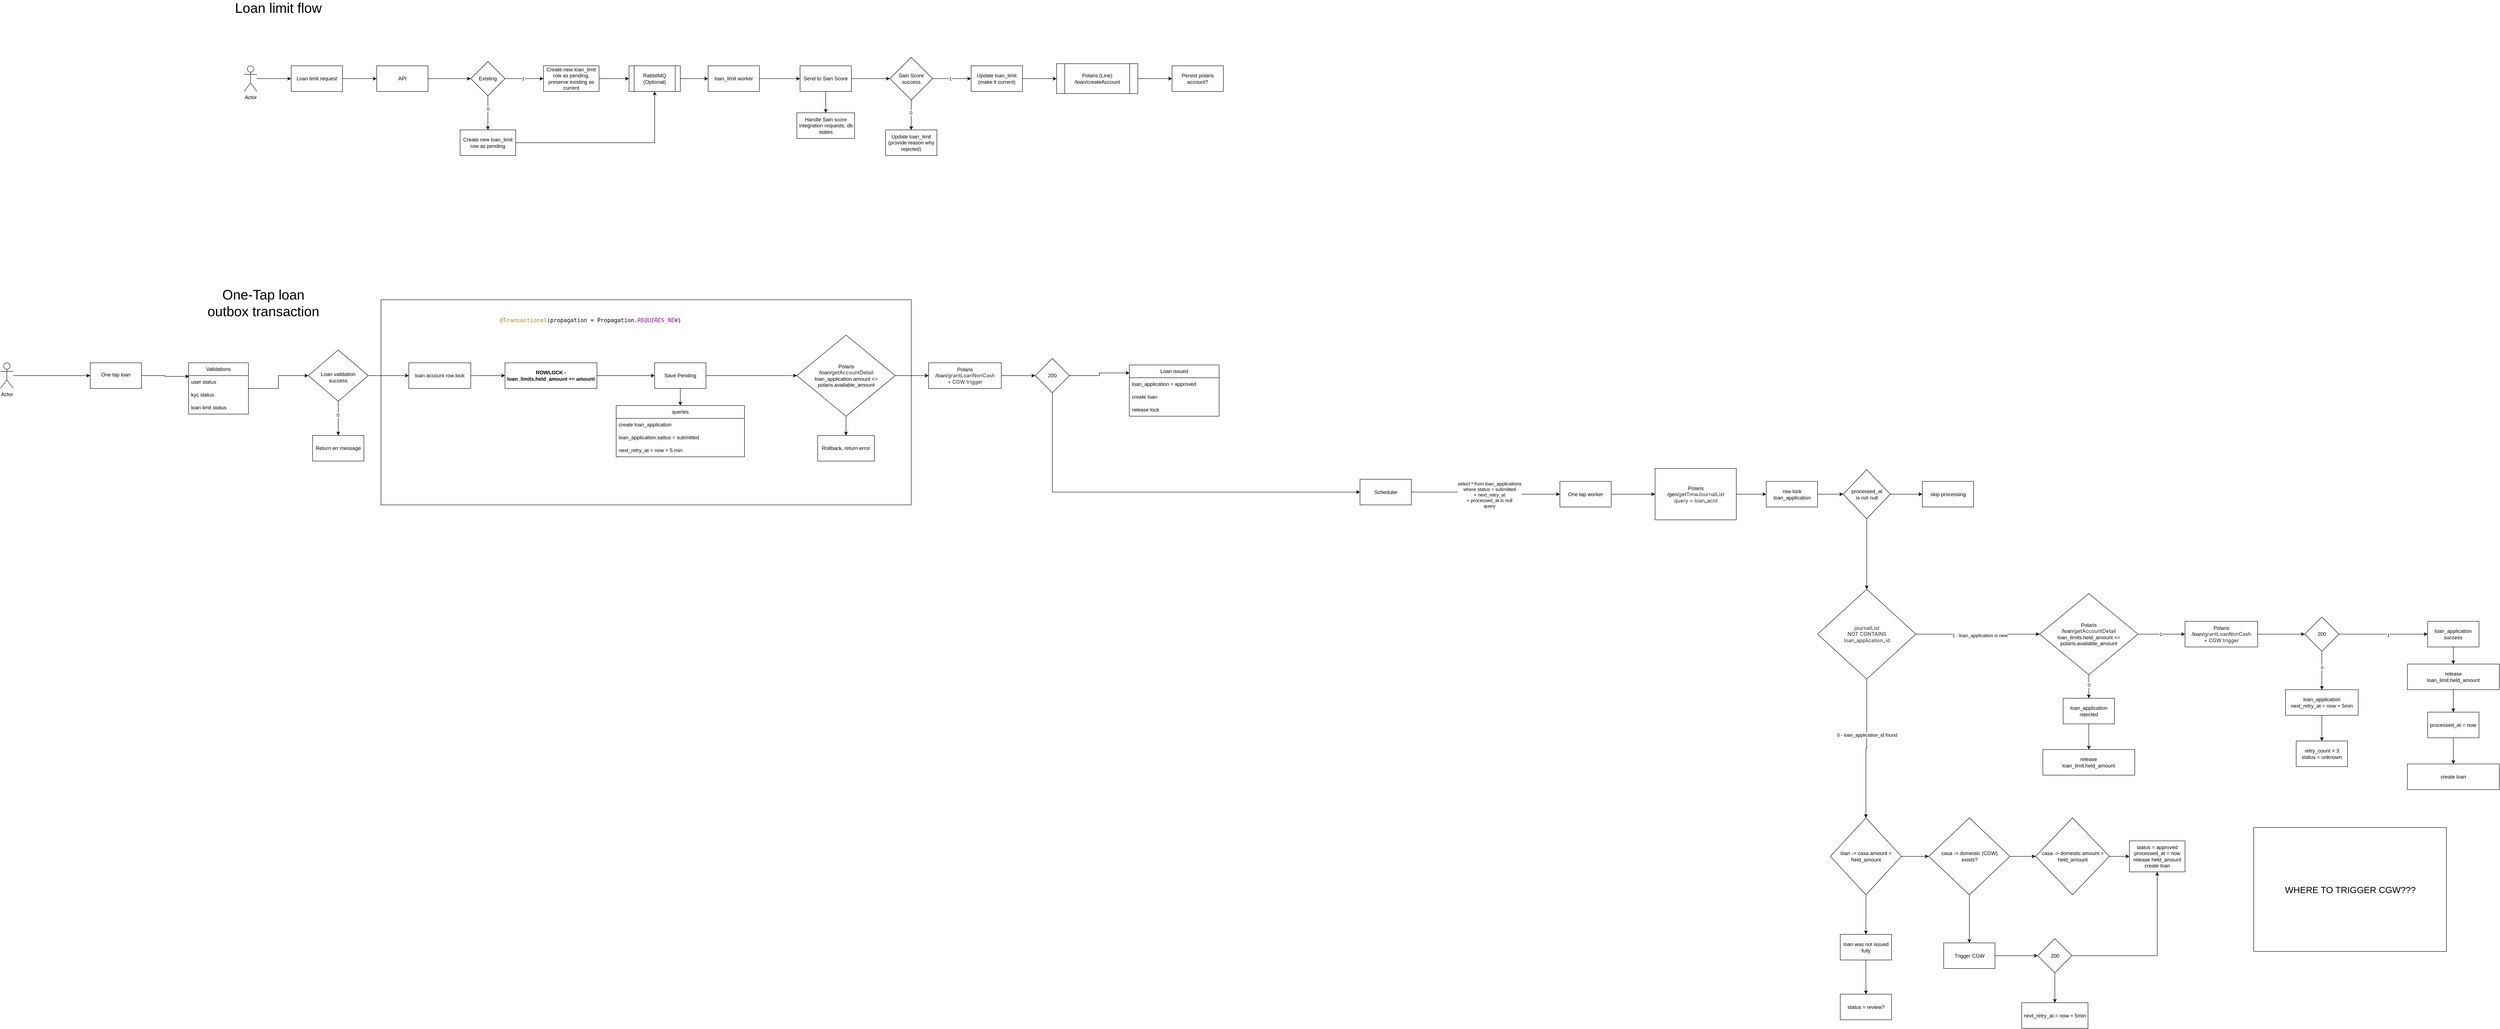
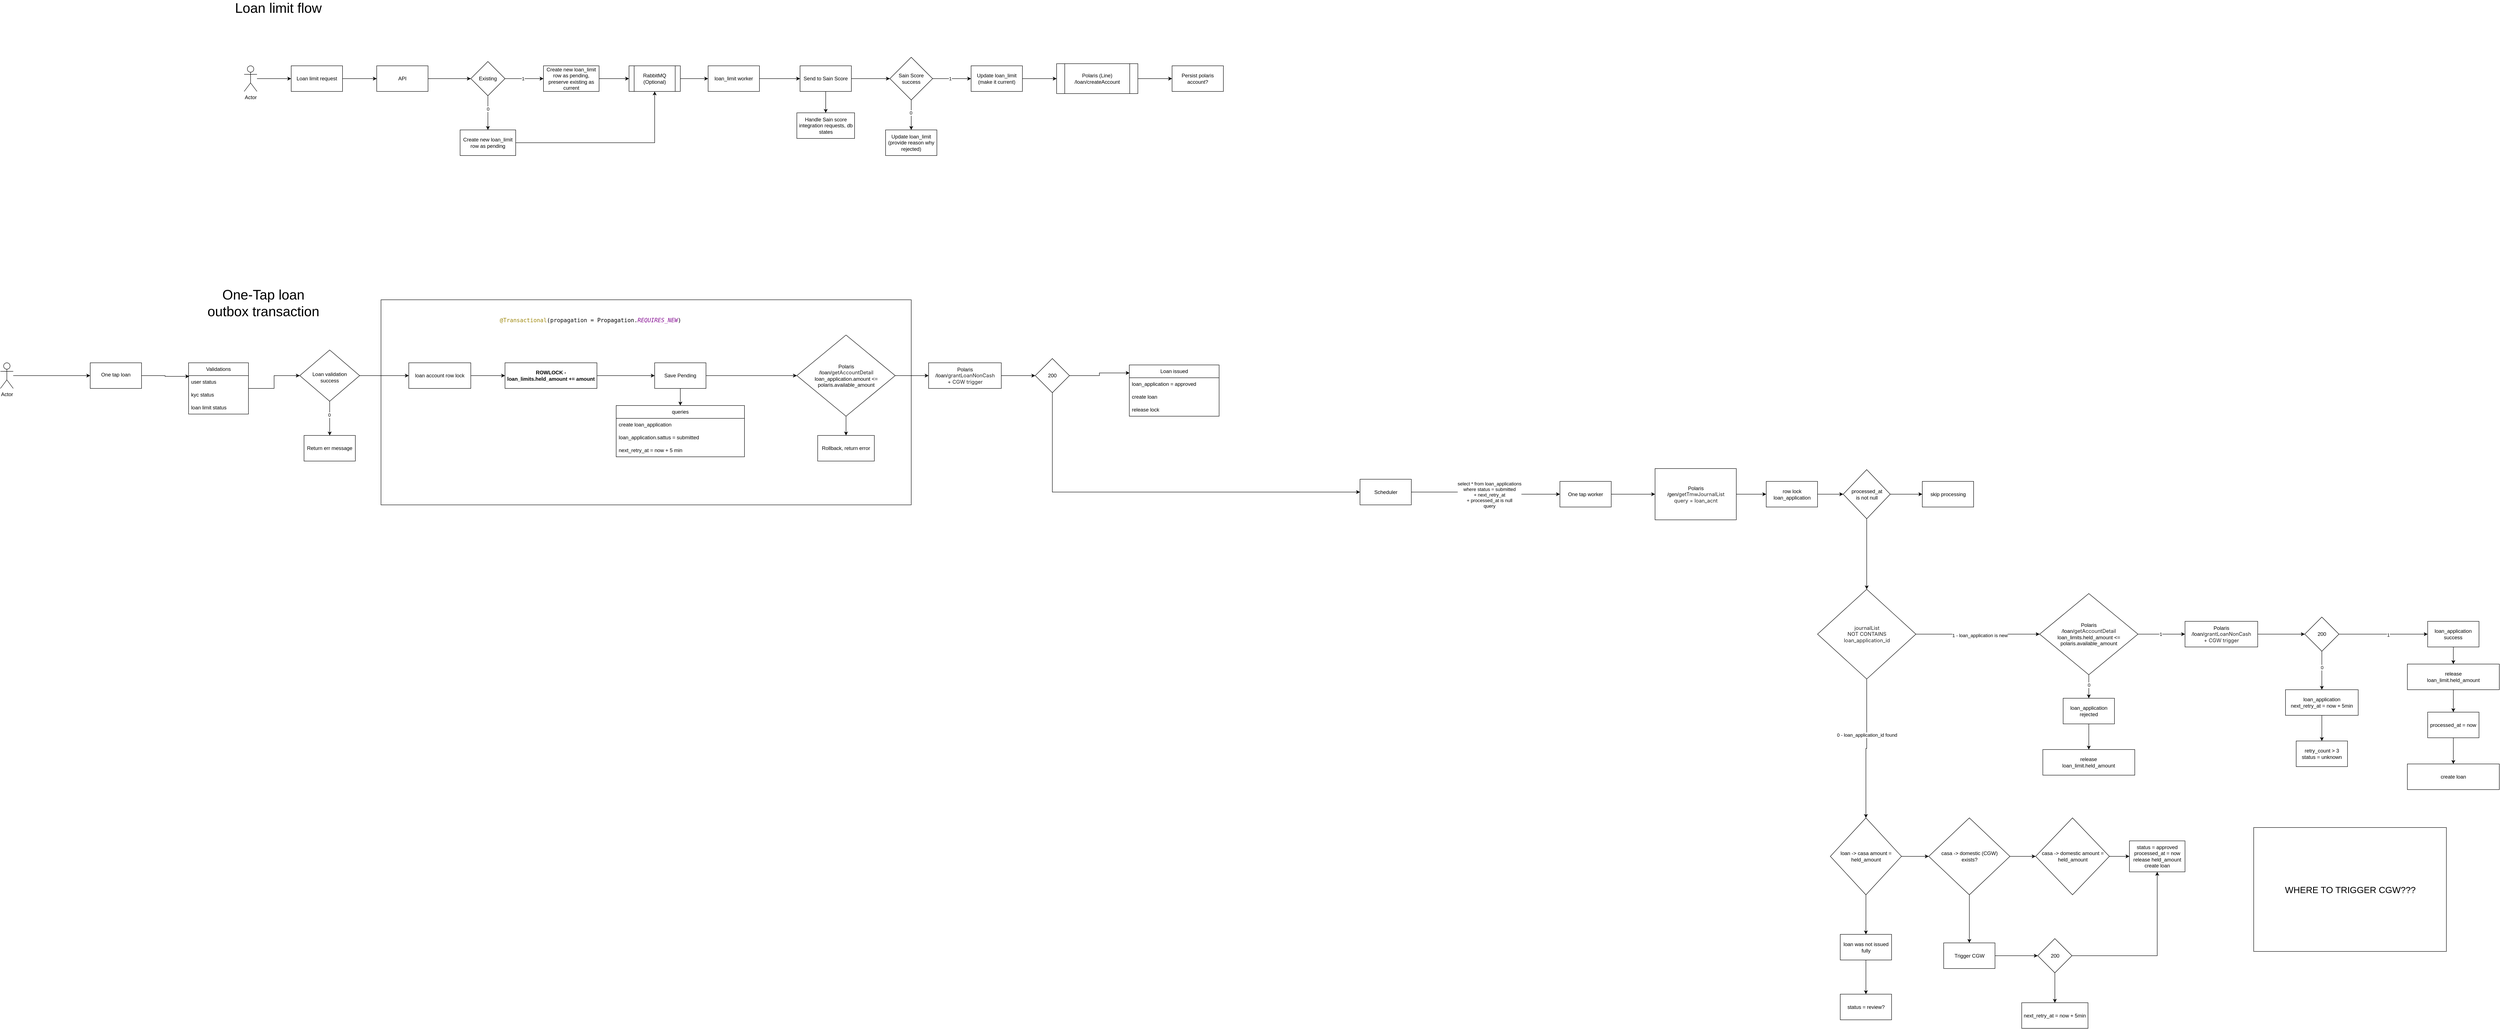
<mxfile host="app.diagrams.net">
  <diagram name="Page-1" id="VCBSuIh8bz7kurrQ0Zaz">
    <mxGraphModel dx="2259" dy="824" grid="1" gridSize="10" guides="1" tooltips="1" connect="1" arrows="1" fold="1" page="1" pageScale="1" pageWidth="850" pageHeight="1100" math="0" shadow="0">
      <root>
        <mxCell id="0" />
        <mxCell id="1" parent="0" />
        <mxCell id="In8fDh9ZLN2M87an2Miy-172" parent="1" style="rounded=0;whiteSpace=wrap;html=1;" value="" vertex="1">
          <mxGeometry height="480" width="1240" x="360" y="757.5" as="geometry" />
        </mxCell>
        <mxCell id="KqixbsF9o6dLofBvsG9t-5" edge="1" parent="1" source="KqixbsF9o6dLofBvsG9t-1" style="edgeStyle=orthogonalEdgeStyle;rounded=0;orthogonalLoop=1;jettySize=auto;html=1;" target="KqixbsF9o6dLofBvsG9t-4" value="">
          <mxGeometry relative="1" as="geometry" />
        </mxCell>
        <mxCell id="KqixbsF9o6dLofBvsG9t-1" parent="1" style="rounded=0;whiteSpace=wrap;html=1;" value="Loan limit request" vertex="1">
          <mxGeometry height="60" width="120" x="150" y="210" as="geometry" />
        </mxCell>
        <mxCell id="KqixbsF9o6dLofBvsG9t-3" edge="1" parent="1" source="KqixbsF9o6dLofBvsG9t-2" style="edgeStyle=orthogonalEdgeStyle;rounded=0;orthogonalLoop=1;jettySize=auto;html=1;" target="KqixbsF9o6dLofBvsG9t-1" value="">
          <mxGeometry relative="1" as="geometry" />
        </mxCell>
        <mxCell id="KqixbsF9o6dLofBvsG9t-2" parent="1" style="shape=umlActor;verticalLabelPosition=bottom;verticalAlign=top;html=1;outlineConnect=0;" value="Actor" vertex="1">
          <mxGeometry height="60" width="30" x="40" y="210" as="geometry" />
        </mxCell>
        <mxCell id="KqixbsF9o6dLofBvsG9t-9" edge="1" parent="1" source="KqixbsF9o6dLofBvsG9t-4" style="edgeStyle=orthogonalEdgeStyle;rounded=0;orthogonalLoop=1;jettySize=auto;html=1;" target="KqixbsF9o6dLofBvsG9t-8" value="">
          <mxGeometry relative="1" as="geometry" />
        </mxCell>
        <mxCell id="KqixbsF9o6dLofBvsG9t-4" parent="1" style="rounded=0;whiteSpace=wrap;html=1;" value="API" vertex="1">
          <mxGeometry height="60" width="120" x="350" y="210" as="geometry" />
        </mxCell>
        <mxCell id="KqixbsF9o6dLofBvsG9t-11" edge="1" parent="1" source="KqixbsF9o6dLofBvsG9t-8" style="edgeStyle=orthogonalEdgeStyle;rounded=0;orthogonalLoop=1;jettySize=auto;html=1;" target="KqixbsF9o6dLofBvsG9t-10" value="">
          <mxGeometry relative="1" as="geometry" />
        </mxCell>
        <mxCell id="KqixbsF9o6dLofBvsG9t-12" connectable="0" parent="KqixbsF9o6dLofBvsG9t-11" style="edgeLabel;html=1;align=center;verticalAlign=middle;resizable=0;points=[];" value="1" vertex="1">
          <mxGeometry relative="1" x="-0.079" as="geometry">
            <mxPoint as="offset" />
          </mxGeometry>
        </mxCell>
        <mxCell id="KqixbsF9o6dLofBvsG9t-14" edge="1" parent="1" source="KqixbsF9o6dLofBvsG9t-8" style="edgeStyle=orthogonalEdgeStyle;rounded=0;orthogonalLoop=1;jettySize=auto;html=1;" target="KqixbsF9o6dLofBvsG9t-13" value="">
          <mxGeometry relative="1" as="geometry" />
        </mxCell>
        <mxCell id="KqixbsF9o6dLofBvsG9t-15" connectable="0" parent="KqixbsF9o6dLofBvsG9t-14" style="edgeLabel;html=1;align=center;verticalAlign=middle;resizable=0;points=[];" value="0" vertex="1">
          <mxGeometry relative="1" x="-0.2407" as="geometry">
            <mxPoint as="offset" />
          </mxGeometry>
        </mxCell>
        <mxCell id="KqixbsF9o6dLofBvsG9t-8" parent="1" style="rhombus;whiteSpace=wrap;html=1;rounded=0;" value="Existing" vertex="1">
          <mxGeometry height="80" width="80" x="570" y="200" as="geometry" />
        </mxCell>
        <mxCell id="KqixbsF9o6dLofBvsG9t-23" edge="1" parent="1" source="KqixbsF9o6dLofBvsG9t-10" style="edgeStyle=orthogonalEdgeStyle;rounded=0;orthogonalLoop=1;jettySize=auto;html=1;" target="KqixbsF9o6dLofBvsG9t-22" value="">
          <mxGeometry relative="1" as="geometry" />
        </mxCell>
        <mxCell id="KqixbsF9o6dLofBvsG9t-10" parent="1" style="whiteSpace=wrap;html=1;rounded=0;" value="Create new loan_limit row as pending, preserve existing as current" vertex="1">
          <mxGeometry height="60" width="130" x="740" y="210" as="geometry" />
        </mxCell>
        <mxCell id="KqixbsF9o6dLofBvsG9t-26" edge="1" parent="1" source="KqixbsF9o6dLofBvsG9t-13" style="edgeStyle=orthogonalEdgeStyle;rounded=0;orthogonalLoop=1;jettySize=auto;html=1;entryX=0.5;entryY=1;entryDx=0;entryDy=0;" target="KqixbsF9o6dLofBvsG9t-22">
          <mxGeometry relative="1" as="geometry" />
        </mxCell>
        <mxCell id="KqixbsF9o6dLofBvsG9t-13" parent="1" style="whiteSpace=wrap;html=1;rounded=0;" value="Create new loan_limit row as pending" vertex="1">
          <mxGeometry height="60" width="130" x="545" y="360" as="geometry" />
        </mxCell>
        <mxCell id="KqixbsF9o6dLofBvsG9t-25" edge="1" parent="1" source="KqixbsF9o6dLofBvsG9t-22" style="edgeStyle=orthogonalEdgeStyle;rounded=0;orthogonalLoop=1;jettySize=auto;html=1;" target="KqixbsF9o6dLofBvsG9t-24" value="">
          <mxGeometry relative="1" as="geometry" />
        </mxCell>
        <mxCell id="KqixbsF9o6dLofBvsG9t-22" parent="1" style="shape=process;whiteSpace=wrap;html=1;backgroundOutline=1;rounded=0;" value="RabbitMQ (Optional)" vertex="1">
          <mxGeometry height="60" width="120" x="940" y="210" as="geometry" />
        </mxCell>
        <mxCell id="KqixbsF9o6dLofBvsG9t-28" edge="1" parent="1" source="KqixbsF9o6dLofBvsG9t-24" style="edgeStyle=orthogonalEdgeStyle;rounded=0;orthogonalLoop=1;jettySize=auto;html=1;" target="KqixbsF9o6dLofBvsG9t-27" value="">
          <mxGeometry relative="1" as="geometry" />
        </mxCell>
        <mxCell id="KqixbsF9o6dLofBvsG9t-24" parent="1" style="whiteSpace=wrap;html=1;rounded=0;" value="loan_limit worker" vertex="1">
          <mxGeometry height="60" width="120" x="1125" y="210" as="geometry" />
        </mxCell>
        <mxCell id="KqixbsF9o6dLofBvsG9t-30" edge="1" parent="1" source="KqixbsF9o6dLofBvsG9t-27" style="edgeStyle=orthogonalEdgeStyle;rounded=0;orthogonalLoop=1;jettySize=auto;html=1;" target="KqixbsF9o6dLofBvsG9t-29" value="">
          <mxGeometry relative="1" as="geometry" />
        </mxCell>
        <mxCell id="KqixbsF9o6dLofBvsG9t-38" edge="1" parent="1" source="KqixbsF9o6dLofBvsG9t-27" style="edgeStyle=orthogonalEdgeStyle;rounded=0;orthogonalLoop=1;jettySize=auto;html=1;" target="KqixbsF9o6dLofBvsG9t-37" value="">
          <mxGeometry relative="1" as="geometry" />
        </mxCell>
        <mxCell id="KqixbsF9o6dLofBvsG9t-27" parent="1" style="whiteSpace=wrap;html=1;rounded=0;" value="Send to Sain Score" vertex="1">
          <mxGeometry height="60" width="120" x="1340" y="210" as="geometry" />
        </mxCell>
        <mxCell id="KqixbsF9o6dLofBvsG9t-32" edge="1" parent="1" source="KqixbsF9o6dLofBvsG9t-29" style="edgeStyle=orthogonalEdgeStyle;rounded=0;orthogonalLoop=1;jettySize=auto;html=1;" target="KqixbsF9o6dLofBvsG9t-31" value="">
          <mxGeometry relative="1" as="geometry" />
        </mxCell>
        <mxCell id="KqixbsF9o6dLofBvsG9t-33" connectable="0" parent="KqixbsF9o6dLofBvsG9t-32" style="edgeLabel;html=1;align=center;verticalAlign=middle;resizable=0;points=[];" value="1" vertex="1">
          <mxGeometry relative="1" x="-0.1048" as="geometry">
            <mxPoint as="offset" />
          </mxGeometry>
        </mxCell>
        <mxCell id="KqixbsF9o6dLofBvsG9t-35" edge="1" parent="1" source="KqixbsF9o6dLofBvsG9t-29" style="edgeStyle=orthogonalEdgeStyle;rounded=0;orthogonalLoop=1;jettySize=auto;html=1;" target="KqixbsF9o6dLofBvsG9t-34" value="">
          <mxGeometry relative="1" as="geometry" />
        </mxCell>
        <mxCell id="KqixbsF9o6dLofBvsG9t-36" connectable="0" parent="KqixbsF9o6dLofBvsG9t-35" style="edgeLabel;html=1;align=center;verticalAlign=middle;resizable=0;points=[];" value="0" vertex="1">
          <mxGeometry relative="1" x="-0.1429" y="-1" as="geometry">
            <mxPoint as="offset" />
          </mxGeometry>
        </mxCell>
        <mxCell id="KqixbsF9o6dLofBvsG9t-29" parent="1" style="rhombus;whiteSpace=wrap;html=1;rounded=0;" value="Sain Score success" vertex="1">
          <mxGeometry height="100" width="100" x="1550" y="190" as="geometry" />
        </mxCell>
        <mxCell id="KqixbsF9o6dLofBvsG9t-66" edge="1" parent="1" source="KqixbsF9o6dLofBvsG9t-31" style="edgeStyle=orthogonalEdgeStyle;rounded=0;orthogonalLoop=1;jettySize=auto;html=1;" target="KqixbsF9o6dLofBvsG9t-65" value="">
          <mxGeometry relative="1" as="geometry" />
        </mxCell>
        <mxCell id="KqixbsF9o6dLofBvsG9t-31" parent="1" style="whiteSpace=wrap;html=1;rounded=0;" value="Update loan_limit (make it current)" vertex="1">
          <mxGeometry height="60" width="120" x="1740" y="210" as="geometry" />
        </mxCell>
        <mxCell id="KqixbsF9o6dLofBvsG9t-34" parent="1" style="whiteSpace=wrap;html=1;rounded=0;" value="Update loan_limit&lt;br&gt;(provide reason why rejected)" vertex="1">
          <mxGeometry height="60" width="120" x="1540" y="360" as="geometry" />
        </mxCell>
        <mxCell id="KqixbsF9o6dLofBvsG9t-37" parent="1" style="whiteSpace=wrap;html=1;rounded=0;" value="Handle Sain score integration requests, db states" vertex="1">
          <mxGeometry height="60" width="135" x="1332.5" y="320" as="geometry" />
        </mxCell>
        <mxCell id="KqixbsF9o6dLofBvsG9t-40" parent="1" style="text;html=1;whiteSpace=wrap;strokeColor=none;fillColor=none;align=center;verticalAlign=middle;rounded=0;fontSize=32;" value="Loan limit flow" vertex="1">
          <mxGeometry height="30" width="260" x="-10" y="60" as="geometry" />
        </mxCell>
        <mxCell id="KqixbsF9o6dLofBvsG9t-74" edge="1" parent="1" source="KqixbsF9o6dLofBvsG9t-65" style="edgeStyle=orthogonalEdgeStyle;rounded=0;orthogonalLoop=1;jettySize=auto;html=1;" target="KqixbsF9o6dLofBvsG9t-73" value="">
          <mxGeometry relative="1" as="geometry" />
        </mxCell>
        <mxCell id="KqixbsF9o6dLofBvsG9t-65" parent="1" style="shape=process;whiteSpace=wrap;html=1;backgroundOutline=1;rounded=0;" value="Polaris (Line)&lt;br&gt;/loan/createAccount" vertex="1">
          <mxGeometry height="70" width="190" x="1940" y="205" as="geometry" />
        </mxCell>
        <mxCell id="KqixbsF9o6dLofBvsG9t-73" parent="1" style="whiteSpace=wrap;html=1;rounded=0;" value="Persist polaris account?" vertex="1">
          <mxGeometry height="60" width="120" x="2210" y="210" as="geometry" />
        </mxCell>
        <mxCell id="U8Ajh8Gpa-m2DNKNFQys-1" parent="1" style="text;html=1;whiteSpace=wrap;strokeColor=none;fillColor=none;align=center;verticalAlign=middle;rounded=0;fontSize=32;" value="One-Tap loan&lt;br&gt;outbox transaction" vertex="1">
          <mxGeometry height="30" width="470" x="-150" y="750" as="geometry" />
        </mxCell>
        <mxCell id="In8fDh9ZLN2M87an2Miy-1" edge="1" parent="1" source="In8fDh9ZLN2M87an2Miy-2" style="edgeStyle=orthogonalEdgeStyle;rounded=0;orthogonalLoop=1;jettySize=auto;html=1;" target="In8fDh9ZLN2M87an2Miy-4" value="">
          <mxGeometry relative="1" as="geometry" />
        </mxCell>
        <mxCell id="In8fDh9ZLN2M87an2Miy-2" parent="1" style="shape=umlActor;verticalLabelPosition=bottom;verticalAlign=top;html=1;outlineConnect=0;" value="Actor" vertex="1">
          <mxGeometry height="60" width="30" x="-530" y="905" as="geometry" />
        </mxCell>
        <mxCell id="In8fDh9ZLN2M87an2Miy-3" edge="1" parent="1" source="In8fDh9ZLN2M87an2Miy-4" style="edgeStyle=orthogonalEdgeStyle;rounded=0;orthogonalLoop=1;jettySize=auto;html=1;entryX=0.011;entryY=0.06;entryDx=0;entryDy=0;entryPerimeter=0;" target="In8fDh9ZLN2M87an2Miy-28" value="">
          <mxGeometry relative="1" as="geometry">
            <mxPoint x="-110" y="935" as="targetPoint" />
          </mxGeometry>
        </mxCell>
        <mxCell id="In8fDh9ZLN2M87an2Miy-4" parent="1" style="whiteSpace=wrap;html=1;verticalAlign=top;" value="&lt;div&gt;&lt;br&gt;&lt;/div&gt;&lt;div&gt;One tap loan&lt;/div&gt;" vertex="1">
          <mxGeometry height="60" width="120" x="-320" y="905" as="geometry" />
        </mxCell>
        <mxCell id="In8fDh9ZLN2M87an2Miy-7" edge="1" parent="1" source="In8fDh9ZLN2M87an2Miy-9" style="edgeStyle=orthogonalEdgeStyle;rounded=0;orthogonalLoop=1;jettySize=auto;html=1;" target="In8fDh9ZLN2M87an2Miy-13" value="">
          <mxGeometry relative="1" as="geometry" />
        </mxCell>
        <mxCell id="In8fDh9ZLN2M87an2Miy-8" connectable="0" parent="In8fDh9ZLN2M87an2Miy-7" style="edgeLabel;html=1;align=center;verticalAlign=middle;resizable=0;points=[];" value="0" vertex="1">
          <mxGeometry relative="1" x="-0.2091" y="-1" as="geometry">
            <mxPoint as="offset" />
          </mxGeometry>
        </mxCell>
        <mxCell id="In8fDh9ZLN2M87an2Miy-163" edge="1" parent="1" source="In8fDh9ZLN2M87an2Miy-9" style="edgeStyle=orthogonalEdgeStyle;rounded=0;orthogonalLoop=1;jettySize=auto;html=1;entryX=0;entryY=0.5;entryDx=0;entryDy=0;" target="In8fDh9ZLN2M87an2Miy-161">
          <mxGeometry relative="1" as="geometry" />
        </mxCell>
        <mxCell id="In8fDh9ZLN2M87an2Miy-9" parent="1" style="rhombus;whiteSpace=wrap;html=1;verticalAlign=top;" value="&lt;br&gt;&lt;br&gt;&lt;div&gt;&lt;br&gt;&lt;/div&gt;&lt;div&gt;Loan validation&lt;br&gt;success&lt;/div&gt;" vertex="1">
-           <mxGeometry height="120" width="140" x="190" y="875" as="geometry" />
+           <mxGeometry height="120" width="140" x="170" y="875" as="geometry" />
        </mxCell>
        <mxCell id="In8fDh9ZLN2M87an2Miy-10" edge="1" parent="1" source="In8fDh9ZLN2M87an2Miy-12" style="edgeStyle=orthogonalEdgeStyle;rounded=0;orthogonalLoop=1;jettySize=auto;html=1;entryX=0.5;entryY=0;entryDx=0;entryDy=0;" target="In8fDh9ZLN2M87an2Miy-14">
          <mxGeometry relative="1" as="geometry" />
        </mxCell>
        <mxCell id="In8fDh9ZLN2M87an2Miy-54" edge="1" parent="1" source="In8fDh9ZLN2M87an2Miy-105" style="edgeStyle=orthogonalEdgeStyle;rounded=0;orthogonalLoop=1;jettySize=auto;html=1;exitX=1;exitY=0.5;exitDx=0;exitDy=0;" target="In8fDh9ZLN2M87an2Miy-53" value="">
          <mxGeometry relative="1" as="geometry">
            <mxPoint x="2859.5" y="1212.5" as="sourcePoint" />
          </mxGeometry>
        </mxCell>
        <mxCell id="In8fDh9ZLN2M87an2Miy-55" connectable="0" parent="In8fDh9ZLN2M87an2Miy-54" style="edgeLabel;html=1;align=center;verticalAlign=middle;resizable=0;points=[];" value="select * from loan_applications&lt;br&gt;where status = submitted&lt;br&gt;+ next_retry_at&lt;br&gt;+ processed_at is null&lt;br&gt;query" vertex="1">
          <mxGeometry relative="1" x="0.0637" y="-1" as="geometry">
            <mxPoint as="offset" />
          </mxGeometry>
        </mxCell>
        <mxCell id="In8fDh9ZLN2M87an2Miy-173" edge="1" parent="1" source="In8fDh9ZLN2M87an2Miy-12" style="edgeStyle=orthogonalEdgeStyle;rounded=0;orthogonalLoop=1;jettySize=auto;html=1;entryX=0;entryY=0.5;entryDx=0;entryDy=0;" target="In8fDh9ZLN2M87an2Miy-152">
          <mxGeometry relative="1" as="geometry" />
        </mxCell>
        <mxCell id="In8fDh9ZLN2M87an2Miy-12" parent="1" style="whiteSpace=wrap;html=1;verticalAlign=middle;" value="Save Pending" vertex="1">
          <mxGeometry height="60" width="120" x="1000" y="905" as="geometry" />
        </mxCell>
        <mxCell id="In8fDh9ZLN2M87an2Miy-13" parent="1" style="whiteSpace=wrap;html=1;verticalAlign=middle;" value="Return err message" vertex="1">
-           <mxGeometry height="60" width="120" x="200" y="1075" as="geometry" />
+           <mxGeometry height="60" width="120" x="180" y="1075" as="geometry" />
        </mxCell>
        <mxCell id="In8fDh9ZLN2M87an2Miy-14" parent="1" style="swimlane;fontStyle=0;childLayout=stackLayout;horizontal=1;startSize=30;horizontalStack=0;resizeParent=1;resizeParentMax=0;resizeLast=0;collapsible=1;marginBottom=0;whiteSpace=wrap;html=1;" value="queries" vertex="1">
          <mxGeometry height="120" width="300" x="910" y="1005" as="geometry" />
        </mxCell>
        <mxCell id="In8fDh9ZLN2M87an2Miy-15" parent="In8fDh9ZLN2M87an2Miy-14" style="text;strokeColor=none;fillColor=none;align=left;verticalAlign=middle;spacingLeft=4;spacingRight=4;overflow=hidden;points=[[0,0.5],[1,0.5]];portConstraint=eastwest;rotatable=0;whiteSpace=wrap;html=1;" value="create loan_application" vertex="1">
          <mxGeometry height="30" width="300" y="30" as="geometry" />
        </mxCell>
        <mxCell id="In8fDh9ZLN2M87an2Miy-104" parent="In8fDh9ZLN2M87an2Miy-14" style="text;strokeColor=none;fillColor=none;align=left;verticalAlign=middle;spacingLeft=4;spacingRight=4;overflow=hidden;points=[[0,0.5],[1,0.5]];portConstraint=eastwest;rotatable=0;whiteSpace=wrap;html=1;" value="loan_application.sattus = submitted" vertex="1">
          <mxGeometry height="30" width="300" y="60" as="geometry" />
        </mxCell>
        <mxCell id="In8fDh9ZLN2M87an2Miy-17" parent="In8fDh9ZLN2M87an2Miy-14" style="text;strokeColor=none;fillColor=none;align=left;verticalAlign=middle;spacingLeft=4;spacingRight=4;overflow=hidden;points=[[0,0.5],[1,0.5]];portConstraint=eastwest;rotatable=0;whiteSpace=wrap;html=1;" value="next_retry_at = now + 5 min" vertex="1">
          <mxGeometry height="30" width="300" y="90" as="geometry" />
        </mxCell>
        <mxCell id="In8fDh9ZLN2M87an2Miy-32" edge="1" parent="1" source="In8fDh9ZLN2M87an2Miy-27" style="edgeStyle=orthogonalEdgeStyle;rounded=0;orthogonalLoop=1;jettySize=auto;html=1;entryX=0;entryY=0.5;entryDx=0;entryDy=0;" target="In8fDh9ZLN2M87an2Miy-9">
          <mxGeometry relative="1" as="geometry" />
        </mxCell>
        <mxCell id="In8fDh9ZLN2M87an2Miy-27" parent="1" style="swimlane;fontStyle=0;childLayout=stackLayout;horizontal=1;startSize=30;horizontalStack=0;resizeParent=1;resizeParentMax=0;resizeLast=0;collapsible=1;marginBottom=0;whiteSpace=wrap;html=1;" value="Validations" vertex="1">
          <mxGeometry height="120" width="140" x="-90" y="905" as="geometry" />
        </mxCell>
        <mxCell id="In8fDh9ZLN2M87an2Miy-28" parent="In8fDh9ZLN2M87an2Miy-27" style="text;strokeColor=none;fillColor=none;align=left;verticalAlign=middle;spacingLeft=4;spacingRight=4;overflow=hidden;points=[[0,0.5],[1,0.5]];portConstraint=eastwest;rotatable=0;whiteSpace=wrap;html=1;" value="user status" vertex="1">
          <mxGeometry height="30" width="140" y="30" as="geometry" />
        </mxCell>
        <mxCell id="In8fDh9ZLN2M87an2Miy-29" parent="In8fDh9ZLN2M87an2Miy-27" style="text;strokeColor=none;fillColor=none;align=left;verticalAlign=middle;spacingLeft=4;spacingRight=4;overflow=hidden;points=[[0,0.5],[1,0.5]];portConstraint=eastwest;rotatable=0;whiteSpace=wrap;html=1;" value="kyc status" vertex="1">
          <mxGeometry height="30" width="140" y="60" as="geometry" />
        </mxCell>
        <mxCell id="In8fDh9ZLN2M87an2Miy-33" parent="In8fDh9ZLN2M87an2Miy-27" style="text;strokeColor=none;fillColor=none;align=left;verticalAlign=middle;spacingLeft=4;spacingRight=4;overflow=hidden;points=[[0,0.5],[1,0.5]];portConstraint=eastwest;rotatable=0;whiteSpace=wrap;html=1;" value="loan limit status" vertex="1">
          <mxGeometry height="30" width="140" y="90" as="geometry" />
        </mxCell>
        <mxCell id="In8fDh9ZLN2M87an2Miy-116" edge="1" parent="1" source="In8fDh9ZLN2M87an2Miy-53" style="edgeStyle=orthogonalEdgeStyle;rounded=0;orthogonalLoop=1;jettySize=auto;html=1;entryX=0;entryY=0.5;entryDx=0;entryDy=0;" target="In8fDh9ZLN2M87an2Miy-68">
          <mxGeometry relative="1" as="geometry" />
        </mxCell>
        <mxCell id="In8fDh9ZLN2M87an2Miy-53" parent="1" style="whiteSpace=wrap;html=1;" value="One tap worker" vertex="1">
          <mxGeometry height="60" width="120" x="3117" y="1182.5" as="geometry" />
        </mxCell>
        <mxCell id="In8fDh9ZLN2M87an2Miy-67" edge="1" parent="1" source="In8fDh9ZLN2M87an2Miy-58" style="edgeStyle=orthogonalEdgeStyle;rounded=0;orthogonalLoop=1;jettySize=auto;html=1;entryX=0;entryY=0.5;entryDx=0;entryDy=0;" target="In8fDh9ZLN2M87an2Miy-66" value="">
          <mxGeometry relative="1" as="geometry">
            <mxPoint x="4873.87" y="1540" as="targetPoint" />
          </mxGeometry>
        </mxCell>
        <mxCell id="In8fDh9ZLN2M87an2Miy-58" parent="1" style="whiteSpace=wrap;html=1;" value="Polaris /loan/&lt;span style=&quot;color: rgb(33, 33, 33); font-family: Inter, system-ui, -apple-system, &amp;quot;system-ui&amp;quot;, &amp;quot;Segoe UI&amp;quot;, Roboto, Oxygen, Ubuntu, Cantarell, &amp;quot;Fira Sans&amp;quot;, &amp;quot;Droid Sans&amp;quot;, Helvetica, Arial, sans-serif; text-align: left; white-space: pre-wrap; background-color: rgb(255, 255, 255);&quot;&gt;grantLoanNonCash&lt;br/&gt;+ CGW trigger&lt;/span&gt;" vertex="1">
          <mxGeometry height="60" width="170" x="4578.87" y="1510" as="geometry" />
        </mxCell>
        <mxCell id="In8fDh9ZLN2M87an2Miy-62" edge="1" parent="1" source="In8fDh9ZLN2M87an2Miy-59" style="edgeStyle=orthogonalEdgeStyle;rounded=0;orthogonalLoop=1;jettySize=auto;html=1;" target="In8fDh9ZLN2M87an2Miy-61" value="">
          <mxGeometry relative="1" as="geometry" />
        </mxCell>
        <mxCell id="In8fDh9ZLN2M87an2Miy-91" connectable="0" parent="In8fDh9ZLN2M87an2Miy-62" style="edgeLabel;html=1;align=center;verticalAlign=middle;resizable=0;points=[];" value="0" vertex="1">
          <mxGeometry relative="1" x="-0.1431" as="geometry">
            <mxPoint as="offset" />
          </mxGeometry>
        </mxCell>
        <mxCell id="In8fDh9ZLN2M87an2Miy-65" edge="1" parent="1" source="In8fDh9ZLN2M87an2Miy-59" style="edgeStyle=orthogonalEdgeStyle;rounded=0;orthogonalLoop=1;jettySize=auto;html=1;" target="In8fDh9ZLN2M87an2Miy-58">
          <mxGeometry relative="1" as="geometry" />
        </mxCell>
        <mxCell id="In8fDh9ZLN2M87an2Miy-90" connectable="0" parent="In8fDh9ZLN2M87an2Miy-65" style="edgeLabel;html=1;align=center;verticalAlign=middle;resizable=0;points=[];" value="1" vertex="1">
          <mxGeometry relative="1" x="-0.0451" as="geometry">
            <mxPoint as="offset" />
          </mxGeometry>
        </mxCell>
        <mxCell id="In8fDh9ZLN2M87an2Miy-59" parent="1" style="rhombus;whiteSpace=wrap;html=1;" value="Polaris&lt;br&gt;/loan/&lt;span style=&quot;color: rgb(33, 33, 33); font-family: Inter, system-ui, -apple-system, &amp;quot;system-ui&amp;quot;, &amp;quot;Segoe UI&amp;quot;, Roboto, Oxygen, Ubuntu, Cantarell, &amp;quot;Fira Sans&amp;quot;, &amp;quot;Droid Sans&amp;quot;, Helvetica, Arial, sans-serif; text-align: left; white-space: pre-wrap; background-color: rgb(255, 255, 255);&quot;&gt;getAccountDetail&lt;/span&gt;&lt;br&gt;loan_limits.held_amount &amp;lt;= polaris.available_amount" vertex="1">
          <mxGeometry height="190" width="230" x="4238.87" y="1445" as="geometry" />
        </mxCell>
        <mxCell id="In8fDh9ZLN2M87an2Miy-64" edge="1" parent="1" source="In8fDh9ZLN2M87an2Miy-61" style="edgeStyle=orthogonalEdgeStyle;rounded=0;orthogonalLoop=1;jettySize=auto;html=1;" target="In8fDh9ZLN2M87an2Miy-63" value="">
          <mxGeometry relative="1" as="geometry" />
        </mxCell>
        <mxCell id="In8fDh9ZLN2M87an2Miy-61" parent="1" style="whiteSpace=wrap;html=1;" value="loan_application&lt;br&gt;rejected" vertex="1">
          <mxGeometry height="60" width="120" x="4293.87" y="1690" as="geometry" />
        </mxCell>
        <mxCell id="In8fDh9ZLN2M87an2Miy-63" parent="1" style="whiteSpace=wrap;html=1;" value="release &lt;br&gt;loan_limit.held_amount" vertex="1">
          <mxGeometry height="60" width="215" x="4246.37" y="1810" as="geometry" />
        </mxCell>
        <mxCell id="In8fDh9ZLN2M87an2Miy-81" edge="1" parent="1" source="In8fDh9ZLN2M87an2Miy-66" style="edgeStyle=orthogonalEdgeStyle;rounded=0;orthogonalLoop=1;jettySize=auto;html=1;entryX=0;entryY=0.5;entryDx=0;entryDy=0;" target="In8fDh9ZLN2M87an2Miy-79">
          <mxGeometry relative="1" as="geometry" />
        </mxCell>
        <mxCell id="In8fDh9ZLN2M87an2Miy-92" connectable="0" parent="In8fDh9ZLN2M87an2Miy-81" style="edgeLabel;html=1;align=center;verticalAlign=middle;resizable=0;points=[];" value="1" vertex="1">
          <mxGeometry relative="1" x="0.1055" y="-2" as="geometry">
            <mxPoint as="offset" />
          </mxGeometry>
        </mxCell>
        <mxCell id="In8fDh9ZLN2M87an2Miy-83" edge="1" parent="1" source="In8fDh9ZLN2M87an2Miy-66" style="edgeStyle=orthogonalEdgeStyle;rounded=0;orthogonalLoop=1;jettySize=auto;html=1;" target="In8fDh9ZLN2M87an2Miy-82" value="">
          <mxGeometry relative="1" as="geometry" />
        </mxCell>
        <mxCell id="In8fDh9ZLN2M87an2Miy-93" connectable="0" parent="In8fDh9ZLN2M87an2Miy-83" style="edgeLabel;html=1;align=center;verticalAlign=middle;resizable=0;points=[];" value="0" vertex="1">
          <mxGeometry relative="1" x="-0.1623" as="geometry">
            <mxPoint as="offset" />
          </mxGeometry>
        </mxCell>
        <mxCell id="In8fDh9ZLN2M87an2Miy-66" parent="1" style="rhombus;whiteSpace=wrap;html=1;" value="200" vertex="1">
          <mxGeometry height="80" width="80" x="4858.87" y="1500" as="geometry" />
        </mxCell>
        <mxCell id="In8fDh9ZLN2M87an2Miy-119" edge="1" parent="1" source="In8fDh9ZLN2M87an2Miy-68" style="edgeStyle=orthogonalEdgeStyle;rounded=0;orthogonalLoop=1;jettySize=auto;html=1;" target="In8fDh9ZLN2M87an2Miy-118" value="">
          <mxGeometry relative="1" as="geometry" />
        </mxCell>
        <mxCell id="In8fDh9ZLN2M87an2Miy-68" parent="1" style="whiteSpace=wrap;html=1;" value="Polaris&lt;br&gt;/gen/&lt;span style=&quot;white-space: pre-wrap; color: rgb(33, 33, 33); font-family: Inter, system-ui, -apple-system, &amp;quot;system-ui&amp;quot;, &amp;quot;Segoe UI&amp;quot;, Roboto, Oxygen, Ubuntu, Cantarell, &amp;quot;Fira Sans&amp;quot;, &amp;quot;Droid Sans&amp;quot;, Helvetica, Arial, sans-serif; text-align: left; background-color: rgb(255, 255, 255);&quot;&gt;getTmwJournalList&lt;br&gt;query = loan_acnt&lt;/span&gt;" vertex="1">
          <mxGeometry height="120" width="190" x="3339.5" y="1152.5" as="geometry" />
        </mxCell>
        <mxCell id="In8fDh9ZLN2M87an2Miy-71" edge="1" parent="1" source="In8fDh9ZLN2M87an2Miy-69" style="edgeStyle=orthogonalEdgeStyle;rounded=0;orthogonalLoop=1;jettySize=auto;html=1;entryX=0;entryY=0.5;entryDx=0;entryDy=0;" target="In8fDh9ZLN2M87an2Miy-59">
          <mxGeometry relative="1" as="geometry" />
        </mxCell>
        <mxCell id="In8fDh9ZLN2M87an2Miy-77" connectable="0" parent="In8fDh9ZLN2M87an2Miy-71" style="edgeLabel;html=1;align=center;verticalAlign=middle;resizable=0;points=[];" value="1 - loan_application is new" vertex="1">
          <mxGeometry relative="1" x="0.0312" y="-3" as="geometry">
            <mxPoint as="offset" />
          </mxGeometry>
        </mxCell>
        <mxCell id="In8fDh9ZLN2M87an2Miy-73" edge="1" parent="1" source="In8fDh9ZLN2M87an2Miy-69" style="edgeStyle=orthogonalEdgeStyle;rounded=0;orthogonalLoop=1;jettySize=auto;html=1;entryX=0.5;entryY=0;entryDx=0;entryDy=0;" target="In8fDh9ZLN2M87an2Miy-111" value="">
          <mxGeometry relative="1" as="geometry">
            <mxPoint x="3833.87" y="1740" as="targetPoint" />
          </mxGeometry>
        </mxCell>
        <mxCell id="In8fDh9ZLN2M87an2Miy-74" connectable="0" parent="In8fDh9ZLN2M87an2Miy-73" style="edgeLabel;html=1;align=center;verticalAlign=middle;resizable=0;points=[];" value="0 - loan_application_id found" vertex="1">
          <mxGeometry relative="1" x="-0.1975" as="geometry">
            <mxPoint as="offset" />
          </mxGeometry>
        </mxCell>
        <mxCell id="In8fDh9ZLN2M87an2Miy-69" parent="1" style="rhombus;whiteSpace=wrap;html=1;verticalAlign=middle;" value="&lt;div style=&quot;text-align: center;&quot;&gt;&lt;span style=&quot;background-color: light-dark(rgb(255, 255, 255), rgb(18, 18, 18)); color: light-dark(rgb(33, 33, 33), rgb(209, 209, 209)); font-family: Inter, system-ui, -apple-system, &amp;quot;system-ui&amp;quot;, &amp;quot;Segoe UI&amp;quot;, Roboto, Oxygen, Ubuntu, Cantarell, &amp;quot;Fira Sans&amp;quot;, &amp;quot;Droid Sans&amp;quot;, Helvetica, Arial, sans-serif; text-align: left; white-space: pre-wrap;&quot;&gt;journalList&lt;br&gt;NOT CONTAINS&lt;/span&gt;&lt;/div&gt;&lt;span style=&quot;white-space: pre-wrap; color: rgb(33, 33, 33); font-family: Inter, system-ui, -apple-system, &amp;quot;system-ui&amp;quot;, &amp;quot;Segoe UI&amp;quot;, Roboto, Oxygen, Ubuntu, Cantarell, &amp;quot;Fira Sans&amp;quot;, &amp;quot;Droid Sans&amp;quot;, Helvetica, Arial, sans-serif; text-align: left; background-color: rgb(255, 255, 255);&quot;&gt;loan_application_id&lt;/span&gt;" vertex="1">
          <mxGeometry height="210" width="230" x="3719.5" y="1435" as="geometry" />
        </mxCell>
        <mxCell id="In8fDh9ZLN2M87an2Miy-78" edge="1" parent="1" source="In8fDh9ZLN2M87an2Miy-79" style="edgeStyle=orthogonalEdgeStyle;rounded=0;orthogonalLoop=1;jettySize=auto;html=1;" target="In8fDh9ZLN2M87an2Miy-80" value="">
          <mxGeometry relative="1" as="geometry" />
        </mxCell>
        <mxCell id="In8fDh9ZLN2M87an2Miy-79" parent="1" style="whiteSpace=wrap;html=1;" value="loan_application&lt;br&gt;success" vertex="1">
          <mxGeometry height="60" width="120" x="5146.37" y="1510" as="geometry" />
        </mxCell>
        <mxCell id="In8fDh9ZLN2M87an2Miy-132" edge="1" parent="1" source="In8fDh9ZLN2M87an2Miy-80" style="edgeStyle=orthogonalEdgeStyle;rounded=0;orthogonalLoop=1;jettySize=auto;html=1;" target="In8fDh9ZLN2M87an2Miy-131" value="">
          <mxGeometry relative="1" as="geometry" />
        </mxCell>
        <mxCell id="In8fDh9ZLN2M87an2Miy-80" parent="1" style="whiteSpace=wrap;html=1;" value="release &lt;br&gt;loan_limit.held_amount" vertex="1">
          <mxGeometry height="60" width="215" x="5098.87" y="1610" as="geometry" />
        </mxCell>
        <mxCell id="In8fDh9ZLN2M87an2Miy-95" edge="1" parent="1" source="In8fDh9ZLN2M87an2Miy-82" style="edgeStyle=orthogonalEdgeStyle;rounded=0;orthogonalLoop=1;jettySize=auto;html=1;" target="In8fDh9ZLN2M87an2Miy-94" value="">
          <mxGeometry relative="1" as="geometry" />
        </mxCell>
        <mxCell id="In8fDh9ZLN2M87an2Miy-82" parent="1" style="whiteSpace=wrap;html=1;" value="loan_application&lt;br&gt;next_retry_at = now + 5min" vertex="1">
          <mxGeometry height="60" width="170" x="4813.87" y="1670" as="geometry" />
        </mxCell>
        <mxCell id="In8fDh9ZLN2M87an2Miy-88" parent="1" style="whiteSpace=wrap;html=1;" value="create loan" vertex="1">
          <mxGeometry height="60" width="215" x="5098.87" y="1843.75" as="geometry" />
        </mxCell>
        <mxCell id="In8fDh9ZLN2M87an2Miy-94" parent="1" style="whiteSpace=wrap;html=1;" value="retry_count &amp;gt; 3&lt;br&gt;status = unknown" vertex="1">
          <mxGeometry height="60" width="120" x="4838.87" y="1790" as="geometry" />
        </mxCell>
        <mxCell id="In8fDh9ZLN2M87an2Miy-105" parent="1" style="rounded=0;whiteSpace=wrap;html=1;" value="Scheduler" vertex="1">
          <mxGeometry height="60" width="120" x="2649.5" y="1177.5" as="geometry" />
        </mxCell>
        <mxCell id="In8fDh9ZLN2M87an2Miy-127" edge="1" parent="1" source="In8fDh9ZLN2M87an2Miy-111" style="edgeStyle=orthogonalEdgeStyle;rounded=0;orthogonalLoop=1;jettySize=auto;html=1;" target="In8fDh9ZLN2M87an2Miy-126" value="">
          <mxGeometry relative="1" as="geometry" />
        </mxCell>
        <mxCell id="In8fDh9ZLN2M87an2Miy-135" edge="1" parent="1" source="In8fDh9ZLN2M87an2Miy-111" style="edgeStyle=orthogonalEdgeStyle;rounded=0;orthogonalLoop=1;jettySize=auto;html=1;entryX=0;entryY=0.5;entryDx=0;entryDy=0;" target="In8fDh9ZLN2M87an2Miy-134">
          <mxGeometry relative="1" as="geometry" />
        </mxCell>
        <mxCell id="In8fDh9ZLN2M87an2Miy-111" parent="1" style="rhombus;whiteSpace=wrap;html=1;" value="loan -&amp;gt; casa amount = held_amount" vertex="1">
          <mxGeometry height="180" width="166.25" x="3749.5" y="1970" as="geometry" />
        </mxCell>
        <mxCell id="In8fDh9ZLN2M87an2Miy-113" parent="1" style="whiteSpace=wrap;html=1;" value="status = approved&lt;br&gt;processed_at = now&lt;br&gt;release held_amount&lt;br&gt;create loan" vertex="1">
          <mxGeometry height="72.5" width="130" x="4448.87" y="2023.75" as="geometry" />
        </mxCell>
        <mxCell id="In8fDh9ZLN2M87an2Miy-122" edge="1" parent="1" source="In8fDh9ZLN2M87an2Miy-118" style="edgeStyle=orthogonalEdgeStyle;rounded=0;orthogonalLoop=1;jettySize=auto;html=1;" target="In8fDh9ZLN2M87an2Miy-121" value="">
          <mxGeometry relative="1" as="geometry" />
        </mxCell>
        <mxCell id="In8fDh9ZLN2M87an2Miy-118" parent="1" style="whiteSpace=wrap;html=1;" value="row lock&lt;br&gt;loan_application" vertex="1">
          <mxGeometry height="60" width="120" x="3599.5" y="1182.5" as="geometry" />
        </mxCell>
        <mxCell id="In8fDh9ZLN2M87an2Miy-124" edge="1" parent="1" source="In8fDh9ZLN2M87an2Miy-121" style="edgeStyle=orthogonalEdgeStyle;rounded=0;orthogonalLoop=1;jettySize=auto;html=1;" target="In8fDh9ZLN2M87an2Miy-123" value="">
          <mxGeometry relative="1" as="geometry" />
        </mxCell>
        <mxCell id="In8fDh9ZLN2M87an2Miy-125" edge="1" parent="1" source="In8fDh9ZLN2M87an2Miy-121" style="edgeStyle=orthogonalEdgeStyle;rounded=0;orthogonalLoop=1;jettySize=auto;html=1;entryX=0.5;entryY=0;entryDx=0;entryDy=0;" target="In8fDh9ZLN2M87an2Miy-69">
          <mxGeometry relative="1" as="geometry" />
        </mxCell>
        <mxCell id="In8fDh9ZLN2M87an2Miy-121" parent="1" style="rhombus;whiteSpace=wrap;html=1;" value="processed_at &lt;br&gt;is not null" vertex="1">
          <mxGeometry height="115" width="110" x="3779.5" y="1155" as="geometry" />
        </mxCell>
        <mxCell id="In8fDh9ZLN2M87an2Miy-123" parent="1" style="whiteSpace=wrap;html=1;" value="skip processing" vertex="1">
          <mxGeometry height="60" width="120" x="3964.5" y="1182.5" as="geometry" />
        </mxCell>
        <mxCell id="In8fDh9ZLN2M87an2Miy-129" edge="1" parent="1" source="In8fDh9ZLN2M87an2Miy-126" style="edgeStyle=orthogonalEdgeStyle;rounded=0;orthogonalLoop=1;jettySize=auto;html=1;" target="In8fDh9ZLN2M87an2Miy-128" value="">
          <mxGeometry relative="1" as="geometry" />
        </mxCell>
        <mxCell id="In8fDh9ZLN2M87an2Miy-126" parent="1" style="whiteSpace=wrap;html=1;" value="loan was not issued fully" vertex="1">
          <mxGeometry height="60" width="120" x="3772.625" y="2242.5" as="geometry" />
        </mxCell>
        <mxCell id="In8fDh9ZLN2M87an2Miy-128" parent="1" style="whiteSpace=wrap;html=1;" value="status = review?" vertex="1">
          <mxGeometry height="60" width="120" x="3772.625" y="2382.5" as="geometry" />
        </mxCell>
        <mxCell id="In8fDh9ZLN2M87an2Miy-130" parent="1" style="rounded=0;whiteSpace=wrap;html=1;fontSize=21;" value="WHERE TO TRIGGER CGW???" vertex="1">
          <mxGeometry height="290" width="450.63" x="4739.5" y="1992.5" as="geometry" />
        </mxCell>
        <mxCell id="In8fDh9ZLN2M87an2Miy-133" edge="1" parent="1" source="In8fDh9ZLN2M87an2Miy-131" style="edgeStyle=orthogonalEdgeStyle;rounded=0;orthogonalLoop=1;jettySize=auto;html=1;" target="In8fDh9ZLN2M87an2Miy-88" value="">
          <mxGeometry relative="1" as="geometry" />
        </mxCell>
        <mxCell id="In8fDh9ZLN2M87an2Miy-131" parent="1" style="whiteSpace=wrap;html=1;" value="processed_at = now" vertex="1">
          <mxGeometry height="60" width="120" x="5146.37" y="1722.5" as="geometry" />
        </mxCell>
        <mxCell id="In8fDh9ZLN2M87an2Miy-141" edge="1" parent="1" source="In8fDh9ZLN2M87an2Miy-134" style="edgeStyle=orthogonalEdgeStyle;rounded=0;orthogonalLoop=1;jettySize=auto;html=1;entryX=0;entryY=0.5;entryDx=0;entryDy=0;" target="In8fDh9ZLN2M87an2Miy-139">
          <mxGeometry relative="1" as="geometry" />
        </mxCell>
        <mxCell id="In8fDh9ZLN2M87an2Miy-145" edge="1" parent="1" source="In8fDh9ZLN2M87an2Miy-134" style="edgeStyle=orthogonalEdgeStyle;rounded=0;orthogonalLoop=1;jettySize=auto;html=1;" target="In8fDh9ZLN2M87an2Miy-144" value="">
          <mxGeometry relative="1" as="geometry" />
        </mxCell>
        <mxCell id="In8fDh9ZLN2M87an2Miy-134" parent="1" style="rhombus;whiteSpace=wrap;html=1;" value="casa -&amp;gt; domestic (CGW)&lt;br&gt;exists?" vertex="1">
          <mxGeometry height="180" width="190" x="3979.5" y="1970" as="geometry" />
        </mxCell>
        <mxCell id="In8fDh9ZLN2M87an2Miy-142" edge="1" parent="1" source="In8fDh9ZLN2M87an2Miy-139" style="edgeStyle=orthogonalEdgeStyle;rounded=0;orthogonalLoop=1;jettySize=auto;html=1;entryX=0;entryY=0.5;entryDx=0;entryDy=0;" target="In8fDh9ZLN2M87an2Miy-113">
          <mxGeometry relative="1" as="geometry" />
        </mxCell>
        <mxCell id="In8fDh9ZLN2M87an2Miy-139" parent="1" style="rhombus;whiteSpace=wrap;html=1;" value="casa -&amp;gt; domestic amount = held_amount" vertex="1">
          <mxGeometry height="180" width="172.5" x="4229.5" y="1970" as="geometry" />
        </mxCell>
        <mxCell id="In8fDh9ZLN2M87an2Miy-147" edge="1" parent="1" source="In8fDh9ZLN2M87an2Miy-144" style="edgeStyle=orthogonalEdgeStyle;rounded=0;orthogonalLoop=1;jettySize=auto;html=1;" target="In8fDh9ZLN2M87an2Miy-146" value="">
          <mxGeometry relative="1" as="geometry" />
        </mxCell>
        <mxCell id="In8fDh9ZLN2M87an2Miy-144" parent="1" style="whiteSpace=wrap;html=1;" value="Trigger CGW" vertex="1">
          <mxGeometry height="60" width="120" x="4014.5" y="2262.5" as="geometry" />
        </mxCell>
        <mxCell id="In8fDh9ZLN2M87an2Miy-148" edge="1" parent="1" source="In8fDh9ZLN2M87an2Miy-146" style="edgeStyle=orthogonalEdgeStyle;rounded=0;orthogonalLoop=1;jettySize=auto;html=1;entryX=0.5;entryY=1;entryDx=0;entryDy=0;" target="In8fDh9ZLN2M87an2Miy-113">
          <mxGeometry relative="1" as="geometry" />
        </mxCell>
        <mxCell id="In8fDh9ZLN2M87an2Miy-150" edge="1" parent="1" source="In8fDh9ZLN2M87an2Miy-146" style="edgeStyle=orthogonalEdgeStyle;rounded=0;orthogonalLoop=1;jettySize=auto;html=1;" target="In8fDh9ZLN2M87an2Miy-149" value="">
          <mxGeometry relative="1" as="geometry" />
        </mxCell>
        <mxCell id="In8fDh9ZLN2M87an2Miy-146" parent="1" style="rhombus;whiteSpace=wrap;html=1;" value="200" vertex="1">
          <mxGeometry height="80" width="80" x="4234.5" y="2252.5" as="geometry" />
        </mxCell>
        <mxCell id="In8fDh9ZLN2M87an2Miy-149" parent="1" style="whiteSpace=wrap;html=1;" value="next_retry_at = now + 5min" vertex="1">
          <mxGeometry height="60" width="155" x="4197" y="2402.5" as="geometry" />
        </mxCell>
        <mxCell id="In8fDh9ZLN2M87an2Miy-154" edge="1" parent="1" source="In8fDh9ZLN2M87an2Miy-152" style="edgeStyle=orthogonalEdgeStyle;rounded=0;orthogonalLoop=1;jettySize=auto;html=1;entryX=0;entryY=0.5;entryDx=0;entryDy=0;" target="In8fDh9ZLN2M87an2Miy-153">
          <mxGeometry relative="1" as="geometry" />
        </mxCell>
        <mxCell id="In8fDh9ZLN2M87an2Miy-176" edge="1" parent="1" source="In8fDh9ZLN2M87an2Miy-152" style="edgeStyle=orthogonalEdgeStyle;rounded=0;orthogonalLoop=1;jettySize=auto;html=1;" target="In8fDh9ZLN2M87an2Miy-175" value="">
          <mxGeometry relative="1" as="geometry" />
        </mxCell>
        <mxCell id="In8fDh9ZLN2M87an2Miy-152" parent="1" style="rhombus;whiteSpace=wrap;html=1;" value="Polaris&lt;br&gt;/loan/&lt;span style=&quot;color: rgb(33, 33, 33); font-family: Inter, system-ui, -apple-system, &amp;quot;system-ui&amp;quot;, &amp;quot;Segoe UI&amp;quot;, Roboto, Oxygen, Ubuntu, Cantarell, &amp;quot;Fira Sans&amp;quot;, &amp;quot;Droid Sans&amp;quot;, Helvetica, Arial, sans-serif; text-align: left; white-space: pre-wrap; background-color: rgb(255, 255, 255);&quot;&gt;getAccountDetail&lt;/span&gt;&lt;br&gt;loan_application.amount &amp;lt;= polaris.available_amount" vertex="1">
          <mxGeometry height="190" width="230" x="1332.5" y="840" as="geometry" />
        </mxCell>
        <mxCell id="In8fDh9ZLN2M87an2Miy-158" edge="1" parent="1" source="In8fDh9ZLN2M87an2Miy-153" style="edgeStyle=orthogonalEdgeStyle;rounded=0;orthogonalLoop=1;jettySize=auto;html=1;entryX=0;entryY=0.5;entryDx=0;entryDy=0;" target="In8fDh9ZLN2M87an2Miy-157">
          <mxGeometry relative="1" as="geometry" />
        </mxCell>
        <mxCell id="In8fDh9ZLN2M87an2Miy-153" parent="1" style="whiteSpace=wrap;html=1;" value="Polaris /loan/&lt;span style=&quot;color: rgb(33, 33, 33); font-family: Inter, system-ui, -apple-system, &amp;quot;system-ui&amp;quot;, &amp;quot;Segoe UI&amp;quot;, Roboto, Oxygen, Ubuntu, Cantarell, &amp;quot;Fira Sans&amp;quot;, &amp;quot;Droid Sans&amp;quot;, Helvetica, Arial, sans-serif; text-align: left; white-space: pre-wrap; background-color: rgb(255, 255, 255);&quot;&gt;grantLoanNonCash&lt;br/&gt;+ CGW trigger&lt;/span&gt;" vertex="1">
          <mxGeometry height="60" width="170" x="1640.63" y="905" as="geometry" />
        </mxCell>
        <mxCell id="In8fDh9ZLN2M87an2Miy-177" edge="1" parent="1" source="In8fDh9ZLN2M87an2Miy-157" style="edgeStyle=orthogonalEdgeStyle;rounded=0;orthogonalLoop=1;jettySize=auto;html=1;entryX=0;entryY=0.5;entryDx=0;entryDy=0;" target="In8fDh9ZLN2M87an2Miy-105">
          <mxGeometry relative="1" as="geometry">
            <Array as="points">
              <mxPoint x="1930" y="1207" />
            </Array>
            <mxPoint x="2339.5" y="1207.5" as="targetPoint" />
          </mxGeometry>
        </mxCell>
        <mxCell id="In8fDh9ZLN2M87an2Miy-157" parent="1" style="rhombus;whiteSpace=wrap;html=1;" value="200" vertex="1">
          <mxGeometry height="80" width="80" x="1890" y="895" as="geometry" />
        </mxCell>
        <mxCell id="In8fDh9ZLN2M87an2Miy-164" edge="1" parent="1" source="In8fDh9ZLN2M87an2Miy-161" style="edgeStyle=orthogonalEdgeStyle;rounded=0;orthogonalLoop=1;jettySize=auto;html=1;" target="In8fDh9ZLN2M87an2Miy-162" value="">
          <mxGeometry relative="1" as="geometry" />
        </mxCell>
        <mxCell id="In8fDh9ZLN2M87an2Miy-161" parent="1" style="rounded=0;whiteSpace=wrap;html=1;" value="loan account row lock" vertex="1">
          <mxGeometry height="60" width="145" x="425" y="905" as="geometry" />
        </mxCell>
        <mxCell id="In8fDh9ZLN2M87an2Miy-165" edge="1" parent="1" source="In8fDh9ZLN2M87an2Miy-162" style="edgeStyle=orthogonalEdgeStyle;rounded=0;orthogonalLoop=1;jettySize=auto;html=1;" target="In8fDh9ZLN2M87an2Miy-12">
          <mxGeometry relative="1" as="geometry" />
        </mxCell>
        <mxCell id="In8fDh9ZLN2M87an2Miy-162" parent="1" style="rounded=0;whiteSpace=wrap;html=1;" value="&lt;span style=&quot;font-weight: 700; text-align: left;&quot;&gt;ROWLOCK - loan_limits.held_amount += amount&lt;/span&gt;" vertex="1">
          <mxGeometry height="60" width="215" x="650" y="905" as="geometry" />
        </mxCell>
        <mxCell id="In8fDh9ZLN2M87an2Miy-166" parent="1" style="swimlane;fontStyle=0;childLayout=stackLayout;horizontal=1;startSize=30;horizontalStack=0;resizeParent=1;resizeParentMax=0;resizeLast=0;collapsible=1;marginBottom=0;whiteSpace=wrap;html=1;" value="Loan issued" vertex="1">
          <mxGeometry height="120" width="210" x="2110" y="910" as="geometry" />
        </mxCell>
        <mxCell id="In8fDh9ZLN2M87an2Miy-167" parent="In8fDh9ZLN2M87an2Miy-166" style="text;strokeColor=none;fillColor=none;align=left;verticalAlign=middle;spacingLeft=4;spacingRight=4;overflow=hidden;points=[[0,0.5],[1,0.5]];portConstraint=eastwest;rotatable=0;whiteSpace=wrap;html=1;" value="loan_application = approved" vertex="1">
          <mxGeometry height="30" width="210" y="30" as="geometry" />
        </mxCell>
        <mxCell id="In8fDh9ZLN2M87an2Miy-168" parent="In8fDh9ZLN2M87an2Miy-166" style="text;strokeColor=none;fillColor=none;align=left;verticalAlign=middle;spacingLeft=4;spacingRight=4;overflow=hidden;points=[[0,0.5],[1,0.5]];portConstraint=eastwest;rotatable=0;whiteSpace=wrap;html=1;" value="create loan" vertex="1">
          <mxGeometry height="30" width="210" y="60" as="geometry" />
        </mxCell>
        <mxCell id="In8fDh9ZLN2M87an2Miy-169" parent="In8fDh9ZLN2M87an2Miy-166" style="text;strokeColor=none;fillColor=none;align=left;verticalAlign=middle;spacingLeft=4;spacingRight=4;overflow=hidden;points=[[0,0.5],[1,0.5]];portConstraint=eastwest;rotatable=0;whiteSpace=wrap;html=1;" value="release lock" vertex="1">
          <mxGeometry height="30" width="210" y="90" as="geometry" />
        </mxCell>
        <mxCell id="In8fDh9ZLN2M87an2Miy-170" edge="1" parent="1" source="In8fDh9ZLN2M87an2Miy-157" style="edgeStyle=orthogonalEdgeStyle;rounded=0;orthogonalLoop=1;jettySize=auto;html=1;entryX=0.003;entryY=0.156;entryDx=0;entryDy=0;entryPerimeter=0;" target="In8fDh9ZLN2M87an2Miy-166">
          <mxGeometry relative="1" as="geometry" />
        </mxCell>
        <mxCell id="In8fDh9ZLN2M87an2Miy-174" parent="1" style="text;html=1;whiteSpace=wrap;strokeColor=none;fillColor=none;align=center;verticalAlign=middle;rounded=0;" value="&lt;div style=&quot;background-color:#ffffff;color:#080808&quot;&gt;&lt;pre style=&quot;font-family:&#39;JetBrains Mono&#39;,monospace;font-size:9.8pt;&quot;&gt;&lt;span style=&quot;color:#9e880d;&quot;&gt;@Transactional&lt;/span&gt;(propagation = &lt;span style=&quot;color:#000000;&quot;&gt;Propagation&lt;/span&gt;.&lt;span style=&quot;color:#871094;font-style:italic;&quot;&gt;REQUIRES_NEW&lt;/span&gt;)&lt;/pre&gt;&lt;/div&gt;" vertex="1">
          <mxGeometry height="30" width="240" x="730" y="790" as="geometry" />
        </mxCell>
        <mxCell id="In8fDh9ZLN2M87an2Miy-175" parent="1" style="whiteSpace=wrap;html=1;" value="Rollback, return error" vertex="1">
          <mxGeometry height="60" width="132.5" x="1381.25" y="1075" as="geometry" />
        </mxCell>
      </root>
    </mxGraphModel>
  </diagram>
</mxfile>
